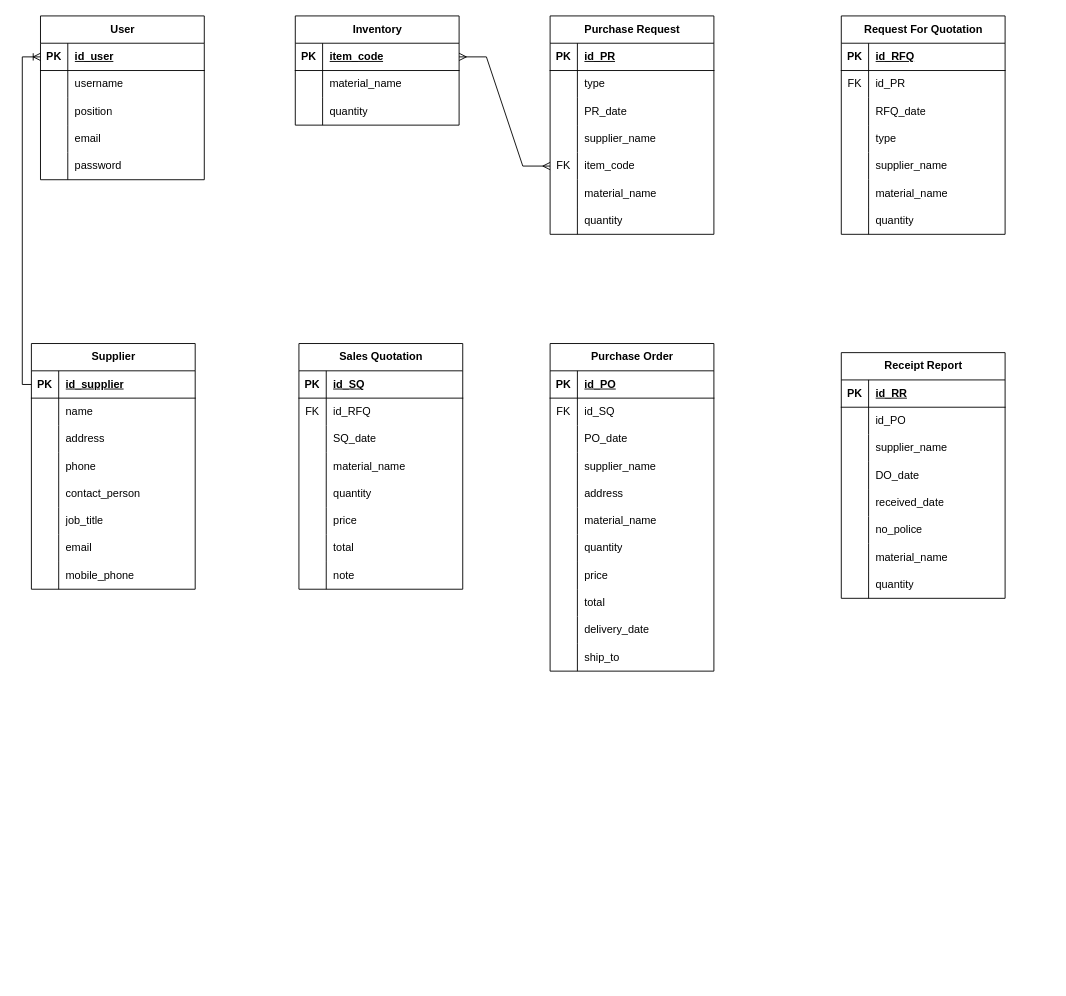
The draw.io diagram Diagram Tanpa Judul.drawio in annisaptr19/klinikmedika, before the edit. Source tidied: cells renumbered, new cells numbered last; positions are measured from the earlier drawing's top-left corner, leaving out a move shared by most shapes. Both pictures are drawn from the tidied source at 91%, with x=0, y=0 at pixel (31, 15).
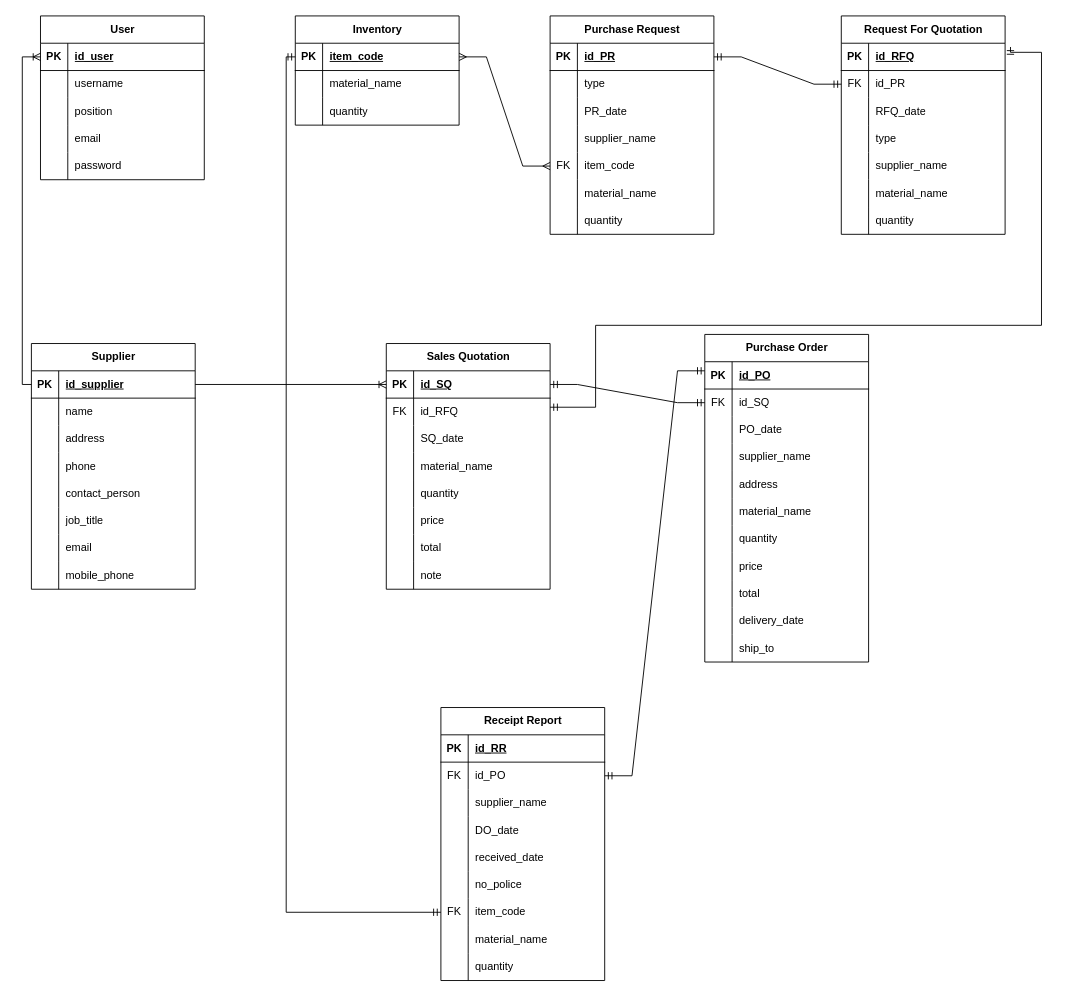
The same diagram, later.

The change refers to these unchanged cells:
```xml
<mxCell id="19" style="shape=tableRow;horizontal=0;startSize=0;swimlaneHead=0;swimlaneBody=0;fillColor=none;points=[[0,0.5],[1,0.5]];portConstraint=eastwest;top=0;left=0;right=0;bottom=1;" parent="18" vertex="1">
  <mxGeometry y="30" width="180" height="30" as="geometry" />
</mxCell>
<mxCell id="29" style="shape=tableRow;horizontal=0;startSize=0;swimlaneHead=0;swimlaneBody=0;fillColor=none;points=[[0,0.5],[1,0.5]];portConstraint=eastwest;top=0;left=0;right=0;bottom=1;" parent="28" vertex="1">
  <mxGeometry y="30" width="180" height="30" as="geometry" />
</mxCell>
<mxCell id="51" style="shape=tableRow;horizontal=0;startSize=0;swimlaneHead=0;swimlaneBody=0;fillColor=none;points=[[0,0.5],[1,0.5]];portConstraint=eastwest;top=0;left=0;right=0;bottom=1;" parent="50" vertex="1">
  <mxGeometry y="30" width="180" height="30" as="geometry" />
</mxCell>
<mxCell id="54" style="shape=tableRow;horizontal=0;startSize=0;swimlaneHead=0;swimlaneBody=0;fillColor=none;points=[[0,0.5],[1,0.5]];portConstraint=eastwest;top=0;left=0;right=0;bottom=0;" parent="50" vertex="1">
  <mxGeometry y="60" width="180" height="30" as="geometry" />
</mxCell>
<mxCell id="73" style="shape=tableRow;horizontal=0;startSize=0;swimlaneHead=0;swimlaneBody=0;fillColor=none;points=[[0,0.5],[1,0.5]];portConstraint=eastwest;top=0;left=0;right=0;bottom=1;" parent="72" vertex="1">
  <mxGeometry y="30" width="180" height="30" as="geometry" />
</mxCell>
<mxCell id="101" style="shape=tableRow;horizontal=0;startSize=0;swimlaneHead=0;swimlaneBody=0;fillColor=none;points=[[0,0.5],[1,0.5]];portConstraint=eastwest;top=0;left=0;right=0;bottom=0;" parent="97" vertex="1">
  <mxGeometry y="60" width="180" height="30" as="geometry" />
</mxCell>
<mxCell id="160" style="shape=tableRow;horizontal=0;startSize=0;swimlaneHead=0;swimlaneBody=0;fillColor=none;points=[[0,0.5],[1,0.5]];portConstraint=eastwest;top=0;left=0;right=0;bottom=0;" parent="156" vertex="1">
  <mxGeometry y="60" width="180" height="30" as="geometry" />
</mxCell>
```

Change to the diagram source:
```diff
@@
+    <mxCell id="183" style="edgeStyle=entityRelationEdgeStyle;fontSize=12;html=1;endArrow=ERmandOne;startArrow=ERmandOne;rounded=0;exitX=0;exitY=0.5;exitDx=0;exitDy=0;entryX=1;entryY=0.5;entryDx=0;entryDy=0;" parent="1" edge="1" source="101" target="73">
+      <mxGeometry relative="1" as="geometry" />
+    </mxCell>
+    <mxCell id="184" style="fontSize=12;html=1;endArrow=ERmandOne;startArrow=ERmandOne;rounded=0;edgeStyle=orthogonalEdgeStyle;entryX=0;entryY=0.5;entryDx=0;entryDy=0;exitX=0;exitY=0.5;exitDx=0;exitDy=0;" parent="1" edge="1" source="185" target="19">
+      <mxGeometry relative="1" as="geometry" />
+    </mxCell>
@@
     <mxCell id="72" value="Sales Quotation" style="shape=table;startSize=30;childLayout=tableLayout;rowLines=0;fontStyle=1;align=center;html=1;" parent="1" vertex="1">
-      <mxGeometry x="294" y="360" width="180" height="270" as="geometry" />
+      <mxGeometry x="390" y="360" width="180" height="270" as="geometry" />
     </mxCell>
@@
     <mxCell id="97" value="Purchase Order" style="shape=table;startSize=30;childLayout=tableLayout;rowLines=0;fontStyle=1;align=center;html=1;" parent="1" vertex="1">
-      <mxGeometry x="570" y="360" width="180" height="360" as="geometry" />
+      <mxGeometry x="740" y="350" width="180" height="360" as="geometry" />
     </mxCell>
@@
     <mxCell id="156" value="Receipt Report" style="shape=table;startSize=30;childLayout=tableLayout;rowLines=0;fontStyle=1;align=center;html=1;" parent="1" vertex="1">
-      <mxGeometry x="890" y="370" width="180" height="270" as="geometry" />
+      <mxGeometry x="450" y="760" width="180" height="300" as="geometry" />
     </mxCell>
@@
-    <mxCell id="161" style="shape=partialRectangle;fillColor=none;top=0;left=0;bottom=0;right=0;overflow=hidden;whiteSpace=wrap;html=1;" parent="160" vertex="1">
+    <mxCell id="161" value="FK" style="shape=partialRectangle;fillColor=none;top=0;left=0;bottom=0;right=0;overflow=hidden;whiteSpace=wrap;html=1;" parent="160" vertex="1">
       <mxGeometry width="30" height="30" as="geometry" />
     </mxCell>
@@
+    <mxCell id="185" style="shape=tableRow;horizontal=0;startSize=0;swimlaneHead=0;swimlaneBody=0;fillColor=none;points=[[0,0.5],[1,0.5]];portConstraint=eastwest;top=0;left=0;right=0;bottom=0;" parent="156" vertex="1">
+      <mxGeometry y="210" width="180" height="30" as="geometry" />
+    </mxCell>
+    <mxCell id="186" value="FK" style="shape=partialRectangle;fillColor=none;top=0;left=0;bottom=0;right=0;overflow=hidden;whiteSpace=wrap;html=1;" parent="185" vertex="1">
+      <mxGeometry width="30" height="30" as="geometry" />
+    </mxCell>
+    <mxCell id="187" value="item_code" style="shape=partialRectangle;fillColor=none;top=0;left=0;bottom=0;right=0;align=left;spacingLeft=6;overflow=hidden;whiteSpace=wrap;html=1;" parent="185" vertex="1">
+      <mxGeometry x="30" width="150" height="30" as="geometry" />
+    </mxCell>
     <mxCell id="175" style="shape=tableRow;horizontal=0;startSize=0;swimlaneHead=0;swimlaneBody=0;fillColor=none;top=0;left=0;right=0;bottom=0;" parent="156" vertex="1">
-      <mxGeometry y="210" width="180" height="30" as="geometry" />
+      <mxGeometry y="240" width="180" height="30" as="geometry" />
     </mxCell>
@@
     <mxCell id="178" style="shape=tableRow;horizontal=0;startSize=0;swimlaneHead=0;swimlaneBody=0;fillColor=none;top=0;left=0;right=0;bottom=0;" parent="156" vertex="1">
-      <mxGeometry y="240" width="180" height="30" as="geometry" />
+      <mxGeometry y="270" width="180" height="30" as="geometry" />
     </mxCell>
@@
+    <mxCell id="188" style="edgeStyle=entityRelationEdgeStyle;fontSize=12;html=1;endArrow=ERmandOne;startArrow=ERmandOne;rounded=0;entryX=1;entryY=0.5;entryDx=0;entryDy=0;exitX=0;exitY=0.5;exitDx=0;exitDy=0;" parent="1" edge="1" source="54" target="29">
+      <mxGeometry relative="1" as="geometry" />
+    </mxCell>
+    <mxCell id="189" style="edgeStyle=orthogonalEdgeStyle;fontSize=12;html=1;endArrow=ERmandOne;startArrow=ERmandOne;rounded=0;entryX=1.033;entryY=0.138;entryDx=0;entryDy=0;entryPerimeter=0;" parent="1" edge="1" target="51">
+      <mxGeometry relative="1" as="geometry">
+        <mxPoint x="570" y="430" as="sourcePoint" />
+        <Array as="points">
+          <mxPoint x="570" y="430" />
+          <mxPoint x="620" y="430" />
+          <mxPoint x="620" y="340" />
+          <mxPoint x="1110" y="340" />
+          <mxPoint x="1110" y="40" />
+          <mxPoint x="1076" y="40" />
+        </Array>
+      </mxGeometry>
+    </mxCell>
+    <mxCell id="190" style="edgeStyle=entityRelationEdgeStyle;fontSize=12;html=1;endArrow=ERmandOne;startArrow=ERmandOne;rounded=0;exitX=1;exitY=0.5;exitDx=0;exitDy=0;" parent="1" edge="1" source="160">
+      <mxGeometry relative="1" as="geometry">
+        <mxPoint x="740" y="390" as="targetPoint" />
+      </mxGeometry>
+    </mxCell>
+    <mxCell id="191" style="fontSize=12;html=1;endArrow=ERoneToMany;rounded=0;entryX=0;entryY=0.5;entryDx=0;entryDy=0;" parent="1" edge="1" target="73">
+      <mxGeometry relative="1" as="geometry">
+        <mxPoint x="180" y="405" as="sourcePoint" />
+      </mxGeometry>
+    </mxCell>
```
